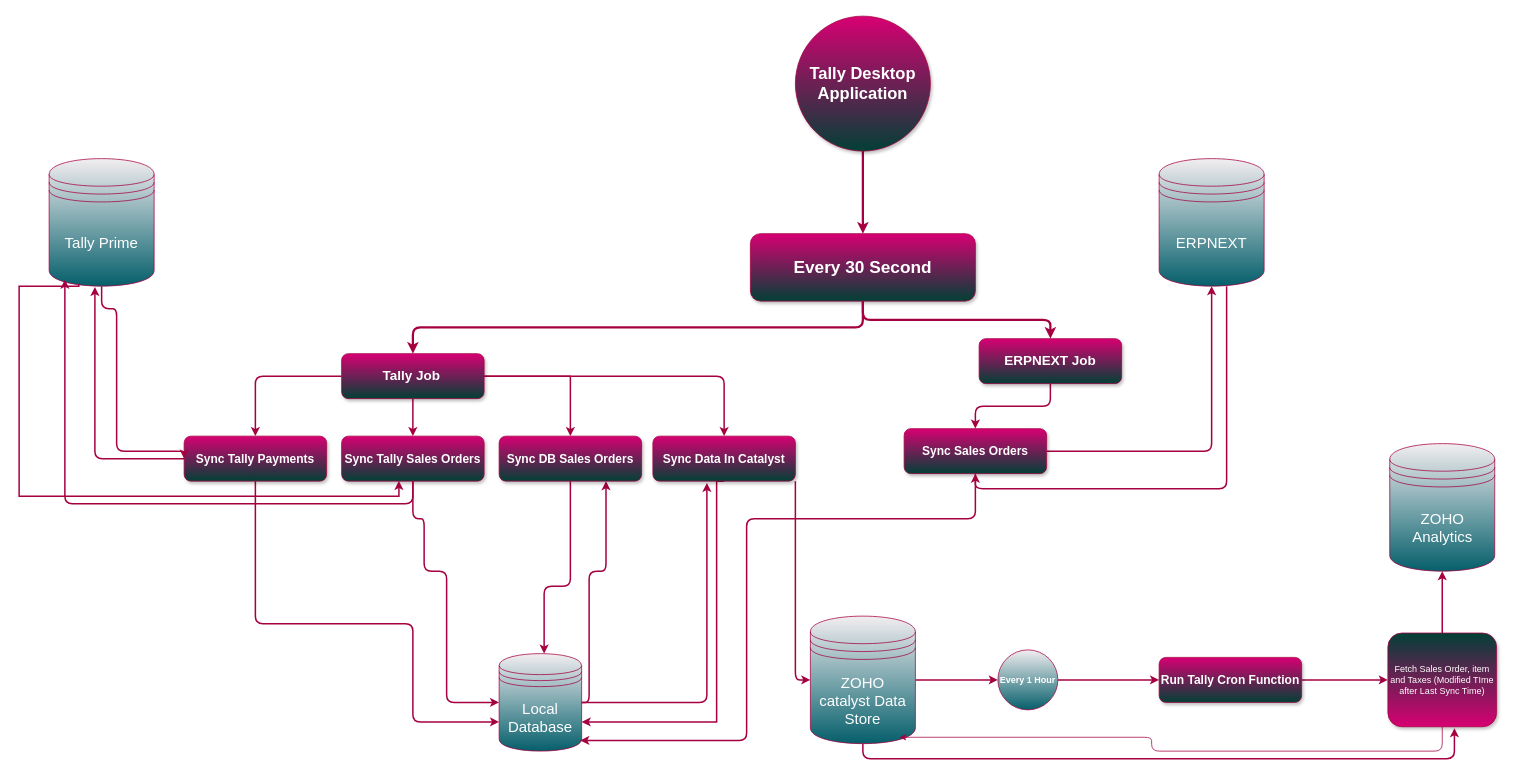
Above: Tally Desktop Application.drawio in hashib786/chakra-ui (draw.io), before the change. Source tidied: cells renumbered, new cells numbered last; positions are measured from the earlier drawing's top-left corner, leaving out a move shared by most shapes. Both pictures are drawn from the tidied source at 75%, with x=0, y=0 at pixel (19, 16).
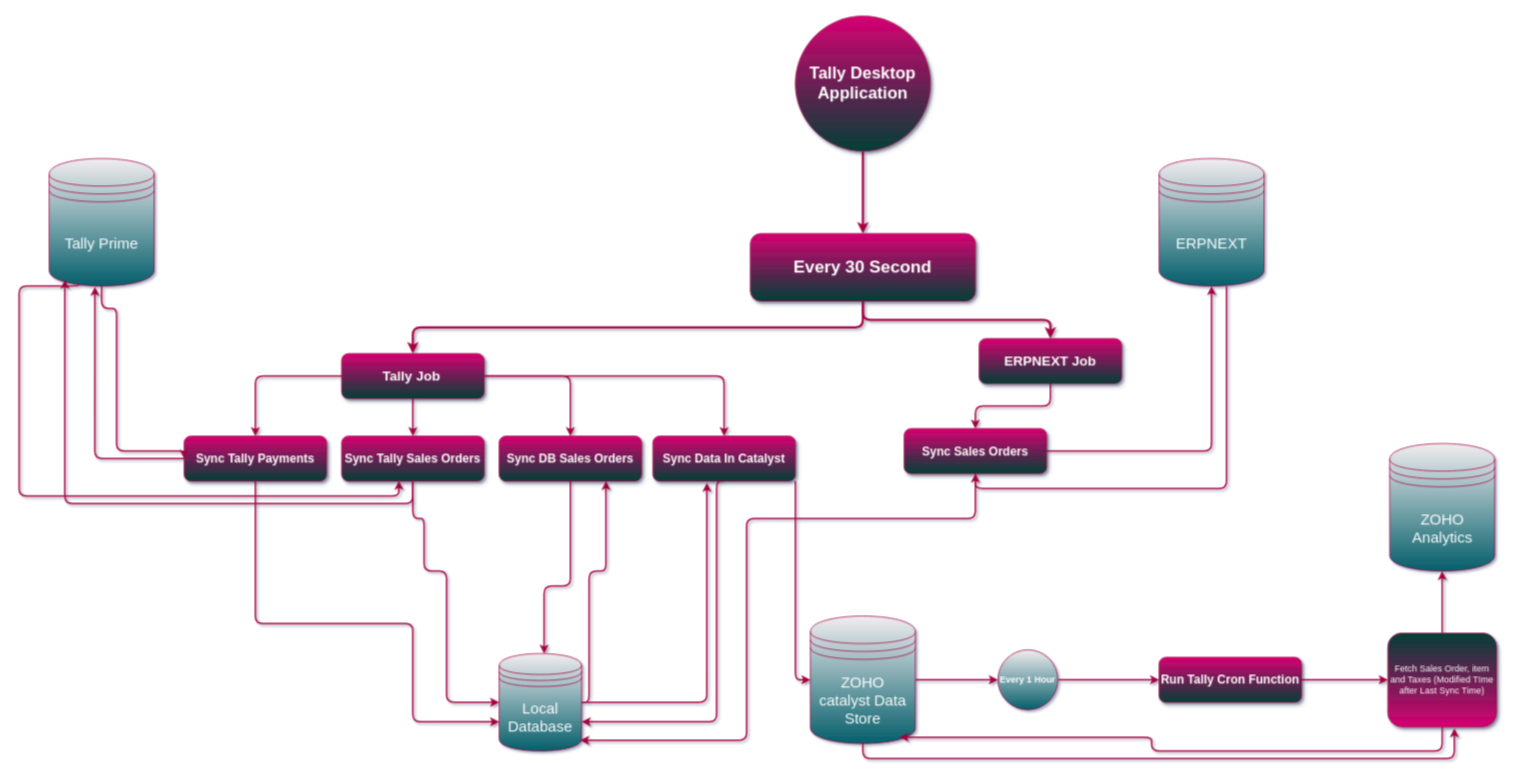
After the change.

Unchanged cells that the change refers to:
```xml
<mxCell id="10" value="&lt;font size=&quot;1&quot; style=&quot;&quot;&gt;&lt;b style=&quot;font-size: 18px;&quot;&gt;Tally Job&lt;span style=&quot;white-space: pre;&quot;&gt;&#9;&lt;/span&gt;&lt;/b&gt;&lt;/font&gt;" style="rounded=1;whiteSpace=wrap;html=1;fillColor=#d80073;strokeColor=#A50040;fontColor=#ffffff;shadow=1;gradientColor=#024036;" parent="1" vertex="1">
  <mxGeometry x="430" y="450" width="190" height="60" as="geometry" />
</mxCell>
<mxCell id="19" value="&lt;b style=&quot;&quot;&gt;&lt;font style=&quot;font-size: 16px;&quot;&gt;Sync Tally Sales Orders&lt;/font&gt;&lt;/b&gt;" style="rounded=1;whiteSpace=wrap;html=1;fillColor=#d80073;strokeColor=#A50040;fontColor=#ffffff;shadow=1;gradientColor=#024036;" parent="1" vertex="1">
  <mxGeometry x="430" y="560" width="190" height="60" as="geometry" />
</mxCell>
<mxCell id="21" value="&lt;b style=&quot;&quot;&gt;&lt;font style=&quot;font-size: 16px;&quot;&gt;Sync DB Sales Orders&lt;/font&gt;&lt;/b&gt;" style="rounded=1;whiteSpace=wrap;html=1;fillColor=#d80073;strokeColor=#A50040;fontColor=#ffffff;shadow=1;gradientColor=#024036;" parent="1" vertex="1">
  <mxGeometry x="640" y="560" width="190" height="60" as="geometry" />
</mxCell>
<mxCell id="24" value="&lt;b style=&quot;&quot;&gt;&lt;font style=&quot;font-size: 16px;&quot;&gt;Sync Data In Catalyst&lt;/font&gt;&lt;/b&gt;" style="rounded=1;whiteSpace=wrap;html=1;fillColor=#d80073;strokeColor=#A50040;fontColor=#ffffff;shadow=1;gradientColor=#024036;" parent="1" vertex="1">
  <mxGeometry x="845" y="560" width="190" height="60" as="geometry" />
</mxCell>
<mxCell id="41" value="&lt;b style=&quot;&quot;&gt;&lt;font style=&quot;font-size: 16px;&quot;&gt;Run Tally Cron Function&lt;/font&gt;&lt;/b&gt;" style="rounded=1;whiteSpace=wrap;html=1;fillColor=#d80073;strokeColor=#A50040;fontColor=#ffffff;shadow=1;gradientColor=#024036;" parent="1" vertex="1">
  <mxGeometry x="1520" y="855" width="190" height="60" as="geometry" />
</mxCell>
<mxCell id="43" value="Fetch Sales Order, item and Taxes (Modified TIme after Last Sync Time)" style="whiteSpace=wrap;html=1;fillColor=#d80073;strokeColor=#A50040;fontColor=#ffffff;rounded=1;shadow=1;gradientColor=#024036;direction=west;" parent="1" vertex="1">
  <mxGeometry x="1825" y="822.5" width="145" height="125" as="geometry" />
</mxCell>
```

The edit, as a diff of the source:
```diff
@@
-<mxGraphModel>
+<mxGraphModel shadow="1">
@@
-    <mxCell id="3" value="&lt;b&gt;&lt;font style=&quot;font-size: 22px;&quot;&gt;Tally Desktop Application&lt;/font&gt;&lt;/b&gt;" style="ellipse;whiteSpace=wrap;html=1;fillColor=#d80073;fontColor=#ffffff;strokeColor=#A50040;shadow=1;gradientColor=#024036;" parent="1" vertex="1">
+    <mxCell id="3" value="&lt;b&gt;&lt;font style=&quot;font-size: 22px;&quot;&gt;Tally Desktop Application&lt;/font&gt;&lt;/b&gt;" style="ellipse;whiteSpace=wrap;html=1;fillColor=#d80073;fontColor=#ffffff;strokeColor=#A50040;shadow=1;gradientColor=#024036;rounded=1;" parent="1" vertex="1">
       <mxGeometry x="1035" width="180" height="180" as="geometry" />
     </mxCell>
@@
-    <mxCell id="7" style="edgeStyle=orthogonalEdgeStyle;rounded=0;jettySize=auto;html=1;entryX=0.5;entryY=0;entryDx=0;entryDy=0;fillColor=#d80073;strokeColor=#A50040;strokeWidth=2;" parent="1" edge="1" source="10" target="19">
+    <mxCell id="7" style="edgeStyle=orthogonalEdgeStyle;rounded=1;jettySize=auto;html=1;entryX=0.5;entryY=0;entryDx=0;entryDy=0;fillColor=#d80073;strokeColor=#A50040;strokeWidth=2;" parent="1" edge="1" source="10" target="19">
       <mxGeometry relative="1" as="geometry" />
     </mxCell>
-    <mxCell id="8" style="edgeStyle=orthogonalEdgeStyle;rounded=0;jettySize=auto;html=1;entryX=0.5;entryY=0;entryDx=0;entryDy=0;fillColor=#d80073;strokeColor=#A50040;strokeWidth=2;" parent="1" edge="1" source="10" target="21">
+    <mxCell id="8" style="edgeStyle=orthogonalEdgeStyle;rounded=1;jettySize=auto;html=1;entryX=0.5;entryY=0;entryDx=0;entryDy=0;fillColor=#d80073;strokeColor=#A50040;strokeWidth=2;" parent="1" edge="1" source="10" target="21">
       <mxGeometry relative="1" as="geometry" />
     </mxCell>
@@
-    <mxCell id="15" value="&lt;font style=&quot;font-size: 20px;&quot;&gt;Local Database&lt;/font&gt;" style="shape=datastore;whiteSpace=wrap;html=1;fillColor=#f2eef0;fontColor=#ffffff;strokeColor=#A50040;gradientColor=#055f6b;" parent="1" vertex="1">
+    <mxCell id="15" value="&lt;font style=&quot;font-size: 20px;&quot;&gt;Local Database&lt;/font&gt;" style="shape=datastore;whiteSpace=wrap;html=1;fillColor=#f2eef0;fontColor=#ffffff;strokeColor=#A50040;gradientColor=#055f6b;rounded=1;" parent="1" vertex="1">
       <mxGeometry x="640" y="850" width="110" height="130" as="geometry" />
     </mxCell>
@@
-    <mxCell id="22" style="edgeStyle=orthogonalEdgeStyle;rounded=0;jettySize=auto;html=1;entryX=1;entryY=0.7;entryDx=0;entryDy=0;exitX=0.5;exitY=1;exitDx=0;exitDy=0;fillColor=#d80073;strokeColor=#A50040;strokeWidth=2;" parent="1" edge="1" source="24" target="15">
+    <mxCell id="22" style="edgeStyle=orthogonalEdgeStyle;rounded=1;jettySize=auto;html=1;entryX=1;entryY=0.7;entryDx=0;entryDy=0;exitX=0.5;exitY=1;exitDx=0;exitDy=0;fillColor=#d80073;strokeColor=#A50040;strokeWidth=2;" parent="1" edge="1" source="24" target="15">
       <mxGeometry relative="1" as="geometry">
         <Array as="points">
           <mxPoint x="930" y="620" />
           <mxPoint x="930" y="941" />
         </Array>
       </mxGeometry>
     </mxCell>
@@
-    <mxCell id="25" style="edgeStyle=orthogonalEdgeStyle;rounded=0;jettySize=auto;html=1;fillColor=#d80073;strokeColor=#A50040;strokeWidth=2;" parent="1" edge="1" source="26" target="39">
+    <mxCell id="25" style="edgeStyle=orthogonalEdgeStyle;rounded=1;jettySize=auto;html=1;fillColor=#d80073;strokeColor=#A50040;strokeWidth=2;" parent="1" edge="1" source="26" target="39">
       <mxGeometry relative="1" as="geometry" />
     </mxCell>
-    <mxCell id="26" value="&lt;font style=&quot;font-size: 20px;&quot;&gt;ZOHO&lt;br&gt;catalyst Data Store&lt;br&gt;&lt;/font&gt;" style="shape=datastore;whiteSpace=wrap;html=1;fillColor=#f2eef0;fontColor=#ffffff;strokeColor=#A50040;gradientColor=#055f6b;" parent="1" vertex="1">
+    <mxCell id="26" value="&lt;font style=&quot;font-size: 20px;&quot;&gt;ZOHO&lt;br&gt;catalyst Data Store&lt;br&gt;&lt;/font&gt;" style="shape=datastore;whiteSpace=wrap;html=1;fillColor=#f2eef0;fontColor=#ffffff;strokeColor=#A50040;gradientColor=#055f6b;rounded=1;" parent="1" vertex="1">
       <mxGeometry x="1055" y="800" width="140" height="170" as="geometry" />
     </mxCell>
@@
-    <mxCell id="32" value="&lt;font style=&quot;font-size: 20px;&quot;&gt;ERPNEXT&lt;br&gt;&lt;/font&gt;" style="shape=datastore;whiteSpace=wrap;html=1;fillColor=#f2eef0;fontColor=#ffffff;strokeColor=#A50040;gradientColor=#055f6b;" parent="1" vertex="1">
+    <mxCell id="32" value="&lt;font style=&quot;font-size: 20px;&quot;&gt;ERPNEXT&lt;br&gt;&lt;/font&gt;" style="shape=datastore;whiteSpace=wrap;html=1;fillColor=#f2eef0;fontColor=#ffffff;strokeColor=#A50040;gradientColor=#055f6b;rounded=1;" parent="1" vertex="1">
       <mxGeometry x="1520" y="190" width="140" height="170" as="geometry" />
     </mxCell>
@@
-    <mxCell id="34" value="&lt;font style=&quot;font-size: 20px;&quot;&gt;Tally Prime&lt;br&gt;&lt;/font&gt;" style="shape=datastore;whiteSpace=wrap;html=1;fillColor=#f2eef0;fontColor=#ffffff;strokeColor=#A50040;gradientColor=#055f6b;" parent="1" vertex="1">
+    <mxCell id="34" value="&lt;font style=&quot;font-size: 20px;&quot;&gt;Tally Prime&lt;br&gt;&lt;/font&gt;" style="shape=datastore;whiteSpace=wrap;html=1;fillColor=#f2eef0;fontColor=#ffffff;strokeColor=#A50040;gradientColor=#055f6b;rounded=1;" parent="1" vertex="1">
       <mxGeometry x="40" y="190" width="140" height="170" as="geometry" />
     </mxCell>
@@
-    <mxCell id="37" style="edgeStyle=orthogonalEdgeStyle;rounded=0;jettySize=auto;html=1;entryX=0.402;entryY=0.994;entryDx=0;entryDy=0;entryPerimeter=0;exitX=0.283;exitY=0.982;exitDx=0;exitDy=0;exitPerimeter=0;fillColor=#d80073;strokeColor=#A50040;strokeWidth=2;" parent="1" edge="1" source="34" target="19">
+    <mxCell id="37" style="edgeStyle=orthogonalEdgeStyle;rounded=1;jettySize=auto;html=1;entryX=0.402;entryY=0.994;entryDx=0;entryDy=0;entryPerimeter=0;exitX=0.283;exitY=0.982;exitDx=0;exitDy=0;exitPerimeter=0;fillColor=#d80073;strokeColor=#A50040;strokeWidth=2;" parent="1" edge="1" source="34" target="19">
       <mxGeometry relative="1" as="geometry">
         <Array as="points">
           <mxPoint x="80" y="360" />
           <mxPoint y="360" />
           <mxPoint y="640" />
           <mxPoint x="506" y="640" />
         </Array>
       </mxGeometry>
     </mxCell>
@@
-    <mxCell id="39" value="&lt;b&gt;Every 1 Hour&lt;/b&gt;" style="ellipse;whiteSpace=wrap;html=1;fillColor=#f2eef0;strokeColor=#A50040;fontColor=#ffffff;gradientColor=#055f6b;" parent="1" vertex="1">
+    <mxCell id="39" value="&lt;b&gt;Every 1 Hour&lt;/b&gt;" style="ellipse;whiteSpace=wrap;html=1;fillColor=#f2eef0;strokeColor=#A50040;fontColor=#ffffff;gradientColor=#055f6b;rounded=1;" parent="1" vertex="1">
       <mxGeometry x="1305" y="845" width="80" height="80" as="geometry" />
     </mxCell>
-    <mxCell id="40" style="edgeStyle=orthogonalEdgeStyle;rounded=0;jettySize=auto;html=1;fillColor=#d80073;strokeColor=#A50040;strokeWidth=2;" parent="1" edge="1" source="41" target="43">
+    <mxCell id="40" style="edgeStyle=orthogonalEdgeStyle;rounded=1;jettySize=auto;html=1;fillColor=#d80073;strokeColor=#A50040;strokeWidth=2;" parent="1" edge="1" source="41" target="43">
       <mxGeometry relative="1" as="geometry" />
     </mxCell>
@@
-    <mxCell id="42" style="edgeStyle=orthogonalEdgeStyle;rounded=0;jettySize=auto;html=1;fillColor=#d80073;strokeColor=#A50040;strokeWidth=2;" parent="1" edge="1" source="43" target="46">
+    <mxCell id="42" style="edgeStyle=orthogonalEdgeStyle;rounded=1;jettySize=auto;html=1;fillColor=#d80073;strokeColor=#A50040;strokeWidth=2;" parent="1" edge="1" source="43" target="46">
       <mxGeometry relative="1" as="geometry" />
     </mxCell>
@@
-    <mxCell id="44" style="edgeStyle=orthogonalEdgeStyle;rounded=1;jettySize=auto;html=1;entryX=0.85;entryY=0.95;entryDx=0;entryDy=0;entryPerimeter=0;curved=0;fillColor=#d80073;strokeColor=#A50040;" parent="1" edge="1" source="43" target="26">
+    <mxCell id="44" style="edgeStyle=orthogonalEdgeStyle;rounded=1;jettySize=auto;html=1;entryX=0.85;entryY=0.95;entryDx=0;entryDy=0;entryPerimeter=0;curved=0;fillColor=#d80073;strokeColor=#A50040;strokeWidth=2;" parent="1" edge="1" source="43" target="26">
       <mxGeometry relative="1" as="geometry">
         <Array as="points">
           <mxPoint x="1898" y="980" />
           <mxPoint x="1510" y="980" />
           <mxPoint x="1510" y="961" />
         </Array>
       </mxGeometry>
     </mxCell>
@@
-    <mxCell id="46" value="&lt;font style=&quot;font-size: 20px;&quot;&gt;ZOHO&lt;br&gt;Analytics&lt;br&gt;&lt;/font&gt;" style="shape=datastore;whiteSpace=wrap;html=1;fillColor=#f2eef0;fontColor=#ffffff;strokeColor=#A50040;gradientColor=#055f6b;" parent="1" vertex="1">
+    <mxCell id="46" value="&lt;font style=&quot;font-size: 20px;&quot;&gt;ZOHO&lt;br&gt;Analytics&lt;br&gt;&lt;/font&gt;" style="shape=datastore;whiteSpace=wrap;html=1;fillColor=#f2eef0;fontColor=#ffffff;strokeColor=#A50040;gradientColor=#055f6b;rounded=1;" parent="1" vertex="1">
       <mxGeometry x="1827.5" y="570" width="140" height="170" as="geometry" />
     </mxCell>
```
